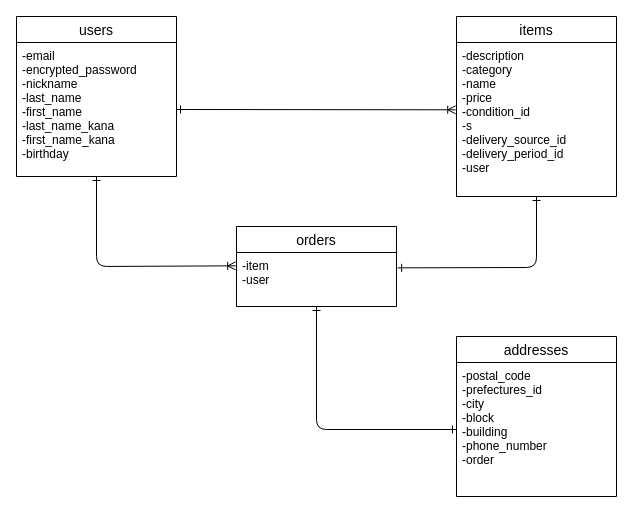
Above: draw.dio in takuya0512/furima-40249 (draw.io), before the change. Source tidied: cells renumbered, new cells numbered last; positions are measured from the earlier drawing's top-left corner, leaving out a move shared by most shapes. Both pictures are drawn from the tidied source at 100%, with x=0, y=0 at pixel (16, 16).
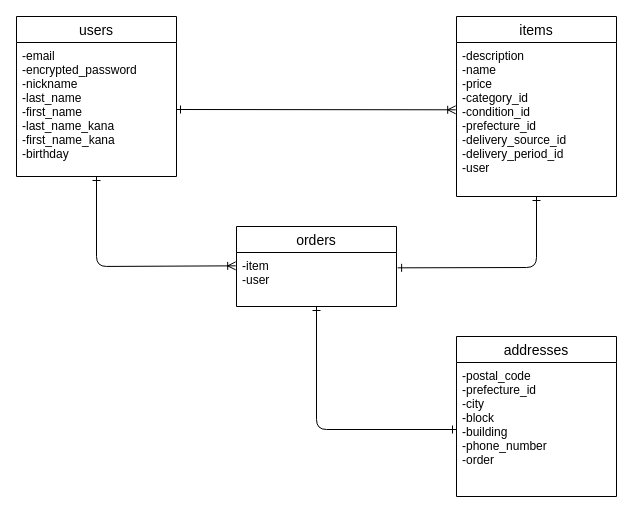
The same diagram, later.

The edit, as a diff of the source:
```diff
@@
 <mxGraphModel>
   <root>
     <mxCell id="0" />
     <mxCell id="1" parent="0" />
     <mxCell id="2" value="users" style="swimlane;fontStyle=0;horizontal=1;startSize=26;align=center;fontSize=14;" parent="1" vertex="1">
       <mxGeometry width="160" height="160" as="geometry" />
     </mxCell>
     <mxCell id="3" value="addresses" style="swimlane;fontStyle=0;horizontal=1;startSize=26;align=center;fontSize=14;" parent="1" vertex="1">
       <mxGeometry x="440" y="320" width="160" height="160" as="geometry" />
     </mxCell>
-    <mxCell id="4" value="-postal_code&#10;-prefectures_id&#10;-city&#10;-block&#10;-building&#10;-phone_number&#10;-order&#10;&#10;" style="text;strokeColor=none;fillColor=none;spacingLeft=4;spacingRight=4;overflow=hidden;points=[[0,0.5],[1,0.5]];portConstraint=eastwest;fontSize=12;" parent="3" vertex="1">
+    <mxCell id="4" value="-postal_code&#10;-prefecture_id&#10;-city&#10;-block&#10;-building&#10;-phone_number&#10;-order&#10;&#10;" style="text;strokeColor=none;fillColor=none;spacingLeft=4;spacingRight=4;overflow=hidden;points=[[0,0.5],[1,0.5]];portConstraint=eastwest;fontSize=12;" parent="3" vertex="1">
       <mxGeometry y="26" width="160" height="134" as="geometry" />
     </mxCell>
     <mxCell id="5" value="items" style="swimlane;fontStyle=0;horizontal=1;startSize=26;align=center;fontSize=14;" parent="1" vertex="1">
       <mxGeometry x="440" width="160" height="180" as="geometry" />
     </mxCell>
-    <mxCell id="6" value="-description&#10;-category&#10;-name&#10;-price&#10;-condition_id&#10;-s&#10;-delivery_source_id&#10;-delivery_period_id&#10;-user&#10;" style="text;strokeColor=none;fillColor=none;spacingLeft=4;spacingRight=4;overflow=hidden;points=[[0,0.5],[1,0.5]];portConstraint=eastwest;fontSize=12;" parent="5" vertex="1">
+    <mxCell id="6" value="-description&#10;-name&#10;-price&#10;-category_id&#10;-condition_id&#10;-prefecture_id&#10;-delivery_source_id&#10;-delivery_period_id&#10;-user&#10;" style="text;strokeColor=none;fillColor=none;spacingLeft=4;spacingRight=4;overflow=hidden;points=[[0,0.5],[1,0.5]];portConstraint=eastwest;fontSize=12;" parent="5" vertex="1">
       <mxGeometry y="26" width="160" height="154" as="geometry" />
     </mxCell>
     <mxCell id="7" value="orders" style="swimlane;fontStyle=0;horizontal=1;startSize=26;align=center;fontSize=14;" parent="1" vertex="1">
       <mxGeometry x="220" y="210" width="160" height="80" as="geometry" />
     </mxCell>
     <mxCell id="8" value="-item&#10;-user&#10;&#10;" style="text;strokeColor=none;fillColor=none;spacingLeft=4;spacingRight=4;overflow=hidden;points=[[0,0.5],[1,0.5]];portConstraint=eastwest;fontSize=12;" parent="7" vertex="1">
       <mxGeometry y="26" width="160" height="54" as="geometry" />
     </mxCell>
     <mxCell id="9" style="edgeStyle=none;html=1;exitX=1;exitY=0.5;exitDx=0;exitDy=0;entryX=-0.005;entryY=0.437;entryDx=0;entryDy=0;entryPerimeter=0;fontColor=#FF3333;startArrow=ERone;startFill=0;endArrow=ERoneToMany;endFill=0;" parent="1" edge="1" source="10" target="6">
       <mxGeometry relative="1" as="geometry" />
     </mxCell>
     <mxCell id="10" value="-email&#10;-encrypted_password&#10;-nickname&#10;-last_name&#10;-first_name&#10;-last_name_kana&#10;-first_name_kana&#10;-birthday&#10;" style="text;strokeColor=none;fillColor=none;spacingLeft=4;spacingRight=4;overflow=hidden;points=[[0,0.5],[1,0.5]];portConstraint=eastwest;fontSize=12;" parent="1" vertex="1">
       <mxGeometry y="26" width="160" height="134" as="geometry" />
     </mxCell>
     <mxCell id="11" style="edgeStyle=none;html=1;fontColor=#FF3333;startArrow=ERoneToMany;startFill=0;endArrow=ERone;endFill=0;exitX=-0.005;exitY=0.247;exitDx=0;exitDy=0;exitPerimeter=0;" parent="1" edge="1" source="8">
       <mxGeometry relative="1" as="geometry">
         <mxPoint x="80" y="160" as="targetPoint" />
         <Array as="points">
           <mxPoint x="80" y="250" />
         </Array>
       </mxGeometry>
     </mxCell>
     <mxCell id="12" style="edgeStyle=none;html=1;exitX=1.007;exitY=0.284;exitDx=0;exitDy=0;fontColor=#FF3333;startArrow=ERone;startFill=0;endArrow=ERone;endFill=0;exitPerimeter=0;" parent="1" edge="1" source="8">
       <mxGeometry relative="1" as="geometry">
         <mxPoint x="520" y="180" as="targetPoint" />
         <Array as="points">
           <mxPoint x="520" y="251" />
         </Array>
       </mxGeometry>
     </mxCell>
     <mxCell id="13" style="edgeStyle=none;html=1;exitX=0;exitY=0.5;exitDx=0;exitDy=0;entryX=0.5;entryY=1;entryDx=0;entryDy=0;entryPerimeter=0;fontColor=#FF3333;startArrow=ERone;startFill=0;endArrow=ERone;endFill=0;" parent="1" edge="1" source="4" target="8">
       <mxGeometry relative="1" as="geometry">
         <Array as="points">
           <mxPoint x="300" y="413" />
         </Array>
       </mxGeometry>
     </mxCell>
   </root>
 </mxGraphModel>
```
